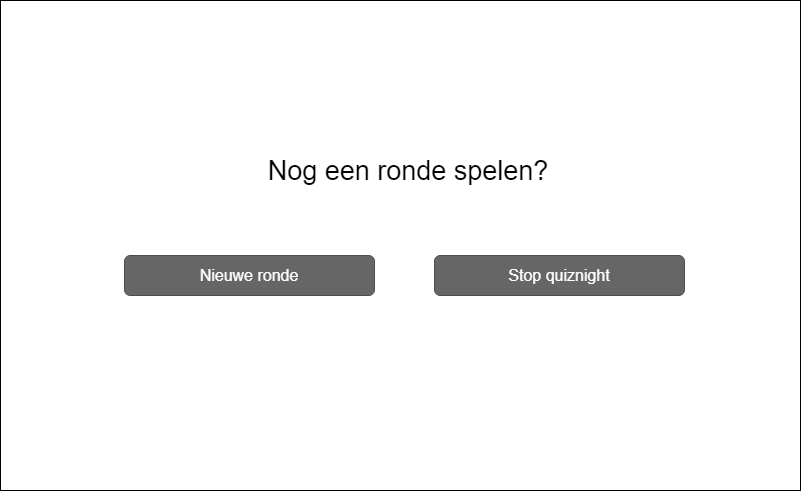
Earlier version of the draw.io export Software Guidebook/wireframes/wireframes-Master (new round).png (Patrickroelofs/HANICA-DWA-Quizzer). Source tidied: cells renumbered, new cells last; positions are measured from the earlier drawing's top-left corner, leaving out a move shared by most shapes. Source of this version:
```xml
<mxGraphModel>
  <root>
    <mxCell id="0" />
    <mxCell id="1" parent="0" />
    <mxCell id="2" style="rounded=0;whiteSpace=wrap;html=1;strokeColor=#000000;fillColor=#ffffff;fontSize=20;" parent="1" vertex="1">
      <mxGeometry width="800" height="490" as="geometry" />
    </mxCell>
    <mxCell id="3" value="&lt;font style=&quot;font-size: 16px&quot;&gt;Nieuwe ronde&lt;/font&gt;" style="rounded=1;html=1;shadow=0;dashed=0;whiteSpace=wrap;fontSize=10;fillColor=#666666;align=center;strokeColor=#4D4D4D;fontColor=#ffffff;" parent="1" vertex="1">
      <mxGeometry x="124" y="255" width="250" height="40" as="geometry" />
    </mxCell>
    <mxCell id="4" value="&lt;span style=&quot;font-size: 27px&quot;&gt;Nog een ronde spelen?&lt;/span&gt;" style="text;html=1;strokeColor=none;fillColor=none;align=center;verticalAlign=middle;whiteSpace=wrap;rounded=0;fontSize=27;" parent="1" vertex="1">
      <mxGeometry x="208" y="160" width="400" height="20" as="geometry" />
    </mxCell>
    <mxCell id="5" value="&lt;span style=&quot;font-size: 16px&quot;&gt;Stop quiznight&lt;/span&gt;" style="rounded=1;html=1;shadow=0;dashed=0;whiteSpace=wrap;fontSize=10;fillColor=#666666;align=center;strokeColor=#4D4D4D;fontColor=#ffffff;" parent="1" vertex="1">
      <mxGeometry x="434" y="255" width="250" height="40" as="geometry" />
    </mxCell>
  </root>
</mxGraphModel>
```
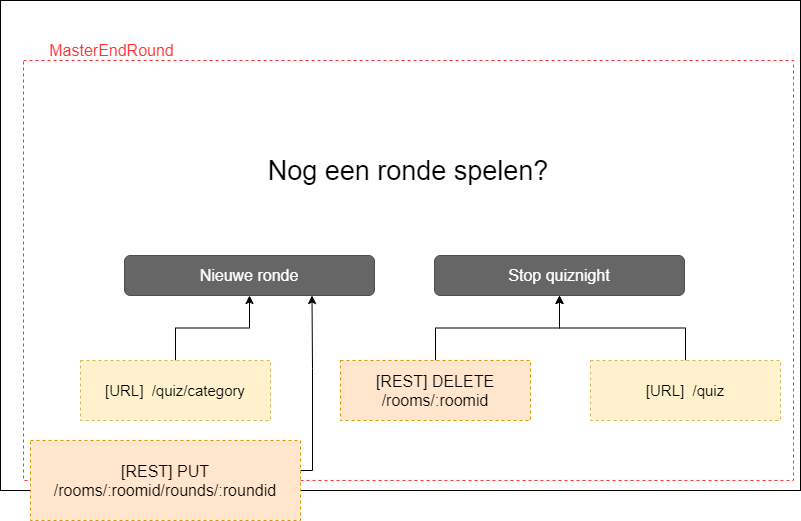
Later version of the same file.

Change to the diagram source:
```diff
@@ -5,6 +5,9 @@
     <mxCell id="2" style="rounded=0;whiteSpace=wrap;html=1;strokeColor=#000000;fillColor=#ffffff;fontSize=20;" parent="1" vertex="1">
       <mxGeometry width="800" height="490" as="geometry" />
     </mxCell>
+    <mxCell id="6" style="rounded=0;whiteSpace=wrap;html=1;dashed=1;labelBackgroundColor=none;strokeColor=#FF3333;fillColor=none;fontSize=16;fontColor=#FF9933;align=center;" parent="1" vertex="1">
+      <mxGeometry x="23" y="60" width="770" height="420" as="geometry" />
+    </mxCell>
     <mxCell id="3" value="&lt;font style=&quot;font-size: 16px&quot;&gt;Nieuwe ronde&lt;/font&gt;" style="rounded=1;html=1;shadow=0;dashed=0;whiteSpace=wrap;fontSize=10;fillColor=#666666;align=center;strokeColor=#4D4D4D;fontColor=#ffffff;" parent="1" vertex="1">
       <mxGeometry x="124" y="255" width="250" height="40" as="geometry" />
     </mxCell>
@@ -14,5 +17,37 @@
     <mxCell id="5" value="&lt;span style=&quot;font-size: 16px&quot;&gt;Stop quiznight&lt;/span&gt;" style="rounded=1;html=1;shadow=0;dashed=0;whiteSpace=wrap;fontSize=10;fillColor=#666666;align=center;strokeColor=#4D4D4D;fontColor=#ffffff;" parent="1" vertex="1">
       <mxGeometry x="434" y="255" width="250" height="40" as="geometry" />
     </mxCell>
+    <mxCell id="7" style="edgeStyle=orthogonalEdgeStyle;rounded=0;jettySize=auto;html=1;entryX=0.5;entryY=1;entryDx=0;entryDy=0;fontSize=16;fontColor=#FF9933;" parent="1" edge="1" source="8" target="3">
+      <mxGeometry relative="1" as="geometry" />
+    </mxCell>
+    <mxCell id="8" value="&lt;span style=&quot;font-size: 15px&quot;&gt;[URL]&amp;nbsp; /quiz/category&lt;/span&gt;" style="rounded=0;whiteSpace=wrap;html=1;dashed=1;labelBackgroundColor=none;strokeColor=#d6b656;fillColor=#fff2cc;fontSize=16;align=center;" parent="1" vertex="1">
+      <mxGeometry x="80" y="360" width="190" height="60" as="geometry" />
+    </mxCell>
+    <mxCell id="9" style="edgeStyle=orthogonalEdgeStyle;rounded=0;jettySize=auto;html=1;entryX=0.5;entryY=1;entryDx=0;entryDy=0;fontSize=16;fontColor=#FF9933;" parent="1" edge="1" source="10" target="5">
+      <mxGeometry relative="1" as="geometry" />
+    </mxCell>
+    <mxCell id="10" value="[REST] DELETE /rooms/:roomid" style="rounded=0;whiteSpace=wrap;html=1;dashed=1;labelBackgroundColor=none;strokeColor=#d79b00;fillColor=#ffe6cc;fontSize=16;align=center;" parent="1" vertex="1">
+      <mxGeometry x="340" y="360" width="190" height="60" as="geometry" />
+    </mxCell>
+    <mxCell id="11" style="edgeStyle=orthogonalEdgeStyle;rounded=0;jettySize=auto;html=1;entryX=0.5;entryY=1;entryDx=0;entryDy=0;fontSize=16;fontColor=#FF9933;" parent="1" edge="1" source="12" target="5">
+      <mxGeometry relative="1" as="geometry" />
+    </mxCell>
+    <mxCell id="12" value="&lt;span style=&quot;font-size: 15px&quot;&gt;[URL]&amp;nbsp; /quiz&lt;/span&gt;" style="rounded=0;whiteSpace=wrap;html=1;dashed=1;labelBackgroundColor=none;strokeColor=#d6b656;fillColor=#fff2cc;fontSize=16;align=center;" parent="1" vertex="1">
+      <mxGeometry x="590" y="360" width="190" height="60" as="geometry" />
+    </mxCell>
+    <mxCell id="13" value="MasterEndRound" style="text;html=1;strokeColor=none;fillColor=none;align=center;verticalAlign=middle;whiteSpace=wrap;rounded=0;dashed=1;labelBackgroundColor=none;fontSize=16;fontColor=#FF3333;" parent="1" vertex="1">
+      <mxGeometry x="23" y="40" width="177" height="20" as="geometry" />
+    </mxCell>
+    <mxCell id="14" style="edgeStyle=orthogonalEdgeStyle;rounded=0;jettySize=auto;html=1;entryX=0.75;entryY=1;entryDx=0;entryDy=0;fontSize=16;fontColor=#FF3333;" parent="1" edge="1" source="15" target="3">
+      <mxGeometry relative="1" as="geometry">
+        <Array as="points">
+          <mxPoint x="312" y="470" />
+          <mxPoint x="312" y="368" />
+        </Array>
+      </mxGeometry>
+    </mxCell>
+    <mxCell id="15" value="[REST] PUT&lt;br&gt;/rooms/:roomid/rounds/:roundid" style="rounded=0;whiteSpace=wrap;html=1;dashed=1;labelBackgroundColor=none;strokeColor=#d79b00;fillColor=#ffe6cc;fontSize=16;align=center;" parent="1" vertex="1">
+      <mxGeometry x="30" y="440" width="270" height="80" as="geometry" />
+    </mxCell>
   </root>
 </mxGraphModel>
```
